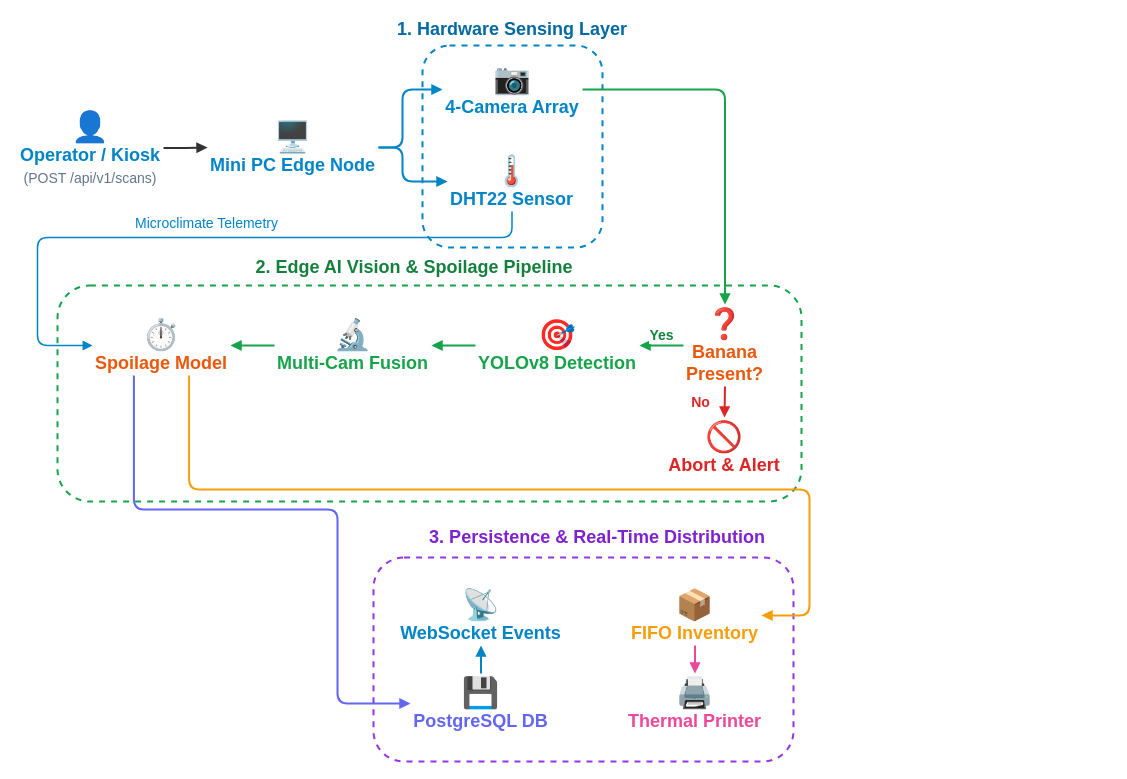
Before: docs/bananavision-docs/docs/workflows/workflow_iot.drawio in BlackShark404/BananaVision, a draw.io diagram. Source tidied: cells renumbered, new cells numbered last; positions are measured from the earlier drawing's top-left corner, leaving out a move shared by most shapes. Both pictures are drawn from the tidied source at 100%, with x=0, y=0 at pixel (17, 17).
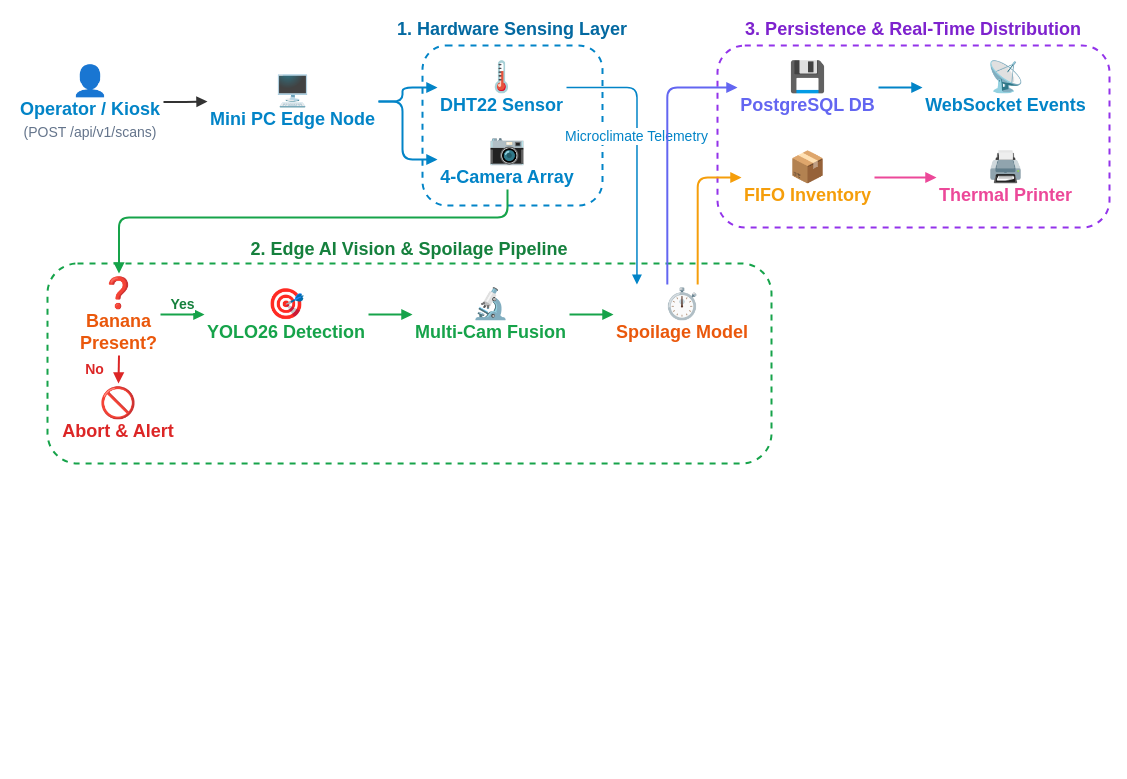
The same diagram, later.

Commit message (it also covers changes not shown here):
refactor: update IoT workflow diagram layout and node details

The edit, as a diff of the source:
```diff
@@
     <mxCell id="2" value="&lt;font style=&quot;font-size: 30px;&quot;&gt;👤&lt;/font&gt;&lt;br&gt;&lt;b&gt;Operator / Kiosk&lt;/b&gt;&lt;br&gt;&lt;font color=&quot;#64748b&quot; style=&quot;font-size: 14px;&quot;&gt;(POST /api/v1/scans)&lt;/font&gt;" style="text;html=1;align=center;verticalAlign=middle;whiteSpace=wrap;rounded=0;fontSize=18;fontColor=#0284c7;" parent="1" vertex="1">
-      <mxGeometry y="92" width="146" height="77" as="geometry" />
+      <mxGeometry y="46" width="146" height="77" as="geometry" />
     </mxCell>
     <mxCell id="3" value="&lt;font style=&quot;font-size: 30px;&quot;&gt;🖥️&lt;/font&gt;&lt;br&gt;&lt;b&gt;Mini PC Edge Node&lt;/b&gt;" style="text;html=1;align=center;verticalAlign=middle;whiteSpace=wrap;rounded=0;fontSize=18;fontColor=#0284c7;" parent="1" vertex="1">
-      <mxGeometry x="190" y="100" width="171" height="60" as="geometry" />
+      <mxGeometry x="190" y="54" width="171" height="60" as="geometry" />
     </mxCell>
     <mxCell id="4" style="rounded=1;whiteSpace=wrap;html=1;fillColor=none;strokeColor=#0284c7;strokeWidth=2;dashed=1;" parent="1" vertex="1">
-      <mxGeometry x="405" y="28" width="180" height="202" as="geometry" />
+      <mxGeometry x="405" y="28" width="180" height="160" as="geometry" />
     </mxCell>
     <mxCell id="5" value="&lt;b&gt;1. Hardware Sensing Layer&lt;/b&gt;" style="text;html=1;align=center;verticalAlign=middle;whiteSpace=wrap;rounded=0;fontSize=18;fontColor=#0369a1;" parent="1" vertex="1">
-      <mxGeometry x="335" width="320" height="24" as="geometry" />
+      <mxGeometry x="375" width="240" height="24" as="geometry" />
     </mxCell>
     <mxCell id="6" value="&lt;font style=&quot;font-size: 30px;&quot;&gt;📷&lt;/font&gt;&lt;br&gt;&lt;b&gt;4-Camera Array&lt;/b&gt;" style="text;html=1;align=center;verticalAlign=middle;whiteSpace=wrap;rounded=0;fontSize=18;fontColor=#0284c7;" parent="1" vertex="1">
-      <mxGeometry x="425" y="42" width="140" height="60" as="geometry" />
+      <mxGeometry x="420" y="112" width="140" height="60" as="geometry" />
     </mxCell>
     <mxCell id="7" value="&lt;font style=&quot;font-size: 30px;&quot;&gt;🌡️&lt;/font&gt;&lt;br&gt;&lt;b&gt;DHT22 Sensor&lt;/b&gt;" style="text;html=1;align=center;verticalAlign=middle;whiteSpace=wrap;rounded=0;fontSize=18;fontColor=#0284c7;" parent="1" vertex="1">
-      <mxGeometry x="430" y="134" width="129" height="60" as="geometry" />
+      <mxGeometry x="420" y="40" width="129" height="60" as="geometry" />
     </mxCell>
     <mxCell id="8" style="rounded=1;whiteSpace=wrap;html=1;fillColor=none;strokeColor=#16a34a;strokeWidth=2;dashed=1;" parent="1" vertex="1">
-      <mxGeometry x="40" y="268" width="744" height="216" as="geometry" />
+      <mxGeometry x="30" y="246" width="724" height="200" as="geometry" />
     </mxCell>
     <mxCell id="9" value="&lt;b&gt;2. Edge AI Vision &amp;amp; Spoilage Pipeline&lt;/b&gt;" style="text;html=1;align=center;verticalAlign=middle;whiteSpace=wrap;rounded=0;fontSize=18;fontColor=#15803d;" parent="1" vertex="1">
-      <mxGeometry x="227" y="238" width="340" height="24" as="geometry" />
+      <mxGeometry x="222" y="220" width="340" height="24" as="geometry" />
     </mxCell>
     <mxCell id="10" value="&lt;font style=&quot;font-size: 30px;&quot;&gt;❓&lt;/font&gt;&lt;br&gt;&lt;b&gt;Banana&lt;br&gt;Present?&lt;/b&gt;" style="text;html=1;align=center;verticalAlign=middle;whiteSpace=wrap;rounded=0;fontSize=18;fontColor=#ea580c;" parent="1" vertex="1">
-      <mxGeometry x="666" y="287" width="83" height="82" as="geometry" />
+      <mxGeometry x="60" y="256" width="83" height="82" as="geometry" />
     </mxCell>
     <mxCell id="11" value="&lt;font style=&quot;font-size: 30px;&quot;&gt;🚫&lt;/font&gt;&lt;br&gt;&lt;b&gt;Abort &amp;amp; Alert&lt;/b&gt;" style="text;html=1;align=center;verticalAlign=middle;whiteSpace=wrap;rounded=0;fontSize=18;fontColor=#dc2626;" parent="1" vertex="1">
-      <mxGeometry x="648" y="400" width="118" height="60" as="geometry" />
+      <mxGeometry x="42" y="366" width="118" height="60" as="geometry" />
     </mxCell>
-    <mxCell id="12" value="&lt;font style=&quot;font-size: 30px;&quot;&gt;🎯&lt;/font&gt;&lt;br&gt;&lt;b&gt;YOLOv8 Detection&lt;/b&gt;" style="text;html=1;align=center;verticalAlign=middle;whiteSpace=wrap;rounded=0;fontSize=18;fontColor=#16a34a;" parent="1" vertex="1">
-      <mxGeometry x="458" y="298" width="164" height="60" as="geometry" />
+    <mxCell id="12" value="&lt;font style=&quot;font-size: 30px;&quot;&gt;🎯&lt;/font&gt;&lt;br&gt;&lt;b&gt;YOLO26 Detection&lt;/b&gt;" style="text;html=1;align=center;verticalAlign=middle;whiteSpace=wrap;rounded=0;fontSize=18;fontColor=#16a34a;" parent="1" vertex="1">
+      <mxGeometry x="187" y="267" width="164" height="60" as="geometry" />
     </mxCell>
     <mxCell id="13" value="&lt;font style=&quot;font-size: 30px;&quot;&gt;🔬&lt;/font&gt;&lt;br&gt;&lt;b&gt;Multi-Cam Fusion&lt;/b&gt;" style="text;html=1;align=center;verticalAlign=middle;whiteSpace=wrap;rounded=0;fontSize=18;fontColor=#16a34a;" parent="1" vertex="1">
-      <mxGeometry x="257" y="298" width="157" height="60" as="geometry" />
+      <mxGeometry x="395" y="267" width="157" height="60" as="geometry" />
     </mxCell>
     <mxCell id="14" value="&lt;font style=&quot;font-size: 30px;&quot;&gt;⏱️&lt;/font&gt;&lt;br&gt;&lt;b&gt;Spoilage Model&lt;/b&gt;" style="text;html=1;align=center;verticalAlign=middle;whiteSpace=wrap;rounded=0;fontSize=18;fontColor=#ea580c;" parent="1" vertex="1">
-      <mxGeometry x="75" y="298" width="138" height="60" as="geometry" />
+      <mxGeometry x="596" y="267" width="138" height="60" as="geometry" />
     </mxCell>
     <mxCell id="15" style="rounded=1;whiteSpace=wrap;html=1;fillColor=none;strokeColor=#9333ea;strokeWidth=2;dashed=1;" parent="1" vertex="1">
-      <mxGeometry x="356" y="540" width="420" height="204" as="geometry" />
+      <mxGeometry x="700" y="28" width="392" height="182" as="geometry" />
     </mxCell>
     <mxCell id="16" value="&lt;b&gt;3. Persistence &amp;amp; Real-Time Distribution&lt;/b&gt;" style="text;html=1;align=center;verticalAlign=middle;whiteSpace=wrap;rounded=0;fontSize=18;fontColor=#7e22ce;" parent="1" vertex="1">
-      <mxGeometry x="390" y="508" width="380" height="24" as="geometry" />
+      <mxGeometry x="700" width="392" height="24" as="geometry" />
     </mxCell>
     <mxCell id="17" value="&lt;font style=&quot;font-size: 30px;&quot;&gt;💾&lt;/font&gt;&lt;br&gt;&lt;b&gt;PostgreSQL DB&lt;/b&gt;" style="text;html=1;align=center;verticalAlign=middle;whiteSpace=wrap;rounded=0;fontSize=18;fontColor=#6366f1;" parent="1" vertex="1">
-      <mxGeometry x="393" y="656" width="141" height="60" as="geometry" />
+      <mxGeometry x="720" y="40" width="141" height="60" as="geometry" />
     </mxCell>
     <mxCell id="18" value="&lt;font style=&quot;font-size: 30px;&quot;&gt;📡&lt;/font&gt;&lt;br&gt;&lt;b&gt;WebSocket Events&lt;/b&gt;" style="text;html=1;align=center;verticalAlign=middle;whiteSpace=wrap;rounded=0;fontSize=18;fontColor=#0284c7;" parent="1" vertex="1">
-      <mxGeometry x="380" y="568" width="167" height="60" as="geometry" />
+      <mxGeometry x="905" y="40" width="167" height="60" as="geometry" />
     </mxCell>
     <mxCell id="19" value="&lt;font style=&quot;font-size: 30px;&quot;&gt;📦&lt;/font&gt;&lt;br&gt;&lt;b&gt;FIFO Inventory&lt;/b&gt;" style="text;html=1;align=center;verticalAlign=middle;whiteSpace=wrap;rounded=0;fontSize=18;fontColor=#f59e0b;" parent="1" vertex="1">
-      <mxGeometry x="611" y="568" width="133" height="60" as="geometry" />
+      <mxGeometry x="724" y="130" width="133" height="60" as="geometry" />
     </mxCell>
     <mxCell id="20" value="&lt;font style=&quot;font-size: 30px;&quot;&gt;🖨️&lt;/font&gt;&lt;br&gt;&lt;b&gt;Thermal Printer&lt;/b&gt;" style="text;html=1;align=center;verticalAlign=middle;whiteSpace=wrap;rounded=0;fontSize=18;fontColor=#ec4899;" parent="1" vertex="1">
-      <mxGeometry x="608" y="656" width="139" height="60" as="geometry" />
+      <mxGeometry x="919" y="130" width="139" height="60" as="geometry" />
     </mxCell>
@@
     <mxCell id="22" style="edgeStyle=orthogonalEdgeStyle;rounded=1;jettySize=auto;html=1;strokeWidth=2;strokeColor=#0284c7;endArrow=block;endFill=1;exitX=1;exitY=0.5;entryX=0;entryY=0.5;" parent="1" edge="1" source="3" target="6">
       <mxGeometry relative="1" as="geometry">
         <Array as="points">
-          <mxPoint x="385" y="130" />
-          <mxPoint x="385" y="72" />
+          <mxPoint x="385" y="84" />
+          <mxPoint x="385" y="142" />
         </Array>
       </mxGeometry>
     </mxCell>
     <mxCell id="23" style="edgeStyle=orthogonalEdgeStyle;rounded=1;jettySize=auto;html=1;strokeWidth=2;strokeColor=#0284c7;endArrow=block;endFill=1;exitX=1;exitY=0.5;entryX=0;entryY=0.5;" parent="1" edge="1" source="3" target="7">
       <mxGeometry relative="1" as="geometry">
         <Array as="points">
-          <mxPoint x="385" y="130" />
-          <mxPoint x="385" y="164" />
+          <mxPoint x="385" y="84" />
+          <mxPoint x="385" y="70" />
         </Array>
       </mxGeometry>
     </mxCell>
-    <mxCell id="24" style="edgeStyle=orthogonalEdgeStyle;rounded=1;jettySize=auto;html=1;strokeWidth=2;strokeColor=#16a34a;endArrow=block;endFill=1;exitX=1;exitY=0.5;entryX=0.5;entryY=0;" parent="1" edge="1" source="6" target="10">
+    <mxCell id="24" style="edgeStyle=orthogonalEdgeStyle;rounded=1;jettySize=auto;html=1;strokeWidth=2;strokeColor=#16a34a;endArrow=block;endFill=1;exitX=0.5;exitY=1;entryX=0.5;entryY=0;" parent="1" edge="1" source="6" target="10">
       <mxGeometry relative="1" as="geometry">
         <Array as="points">
-          <mxPoint x="707.5" y="72" />
+          <mxPoint x="490" y="200" />
+          <mxPoint x="101.5" y="200" />
         </Array>
       </mxGeometry>
     </mxCell>
-    <mxCell id="25" value="Yes" style="edgeStyle=orthogonalEdgeStyle;rounded=0;jettySize=auto;html=1;strokeWidth=2;strokeColor=#16a34a;endArrow=block;endFill=1;fontSize=14;fontColor=#15803d;fontStyle=1;exitX=0;exitY=0.5;entryX=1;entryY=0.5;" parent="1" edge="1" source="10" target="12">
+    <mxCell id="25" value="Yes" style="edgeStyle=orthogonalEdgeStyle;rounded=0;jettySize=auto;html=1;strokeWidth=2;strokeColor=#16a34a;endArrow=block;endFill=1;fontSize=14;fontColor=#15803d;fontStyle=1;exitX=1;exitY=0.5;entryX=0;entryY=0.5;" parent="1" edge="1" source="10" target="12">
       <mxGeometry relative="1" as="geometry">
         <mxPoint y="-10" as="offset" />
       </mxGeometry>
     </mxCell>
@@
-    <mxCell id="27" style="edgeStyle=orthogonalEdgeStyle;rounded=0;jettySize=auto;html=1;strokeWidth=2;strokeColor=#16a34a;endArrow=block;endFill=1;exitX=0;exitY=0.5;entryX=1;entryY=0.5;" parent="1" edge="1" source="12" target="13">
+    <mxCell id="27" style="edgeStyle=orthogonalEdgeStyle;rounded=0;jettySize=auto;html=1;strokeWidth=2;strokeColor=#16a34a;endArrow=block;endFill=1;exitX=1;exitY=0.5;entryX=0;entryY=0.5;" parent="1" edge="1" source="12" target="13">
       <mxGeometry relative="1" as="geometry" />
     </mxCell>
-    <mxCell id="28" style="edgeStyle=orthogonalEdgeStyle;rounded=0;jettySize=auto;html=1;strokeWidth=2;strokeColor=#16a34a;endArrow=block;endFill=1;exitX=0;exitY=0.5;entryX=1;entryY=0.5;" parent="1" edge="1" source="13" target="14">
+    <mxCell id="28" style="edgeStyle=orthogonalEdgeStyle;rounded=0;jettySize=auto;html=1;strokeWidth=2;strokeColor=#16a34a;endArrow=block;endFill=1;exitX=1;exitY=0.5;entryX=0;entryY=0.5;" parent="1" edge="1" source="13" target="14">
       <mxGeometry relative="1" as="geometry" />
     </mxCell>
-    <mxCell id="29" value="Microclimate Telemetry" style="edgeStyle=orthogonalEdgeStyle;rounded=1;jettySize=auto;html=1;strokeWidth=1.5;strokeColor=#0284c7;strokeDasharray=4 4;endArrow=block;endFill=1;fontSize=14;fontColor=#0284c7;exitX=0.5;exitY=1;entryX=0;entryY=0.5;" parent="1" edge="1" source="7" target="14">
+    <mxCell id="29" value="Microclimate Telemetry" style="edgeStyle=orthogonalEdgeStyle;rounded=1;jettySize=auto;html=1;strokeWidth=1.5;strokeColor=#0284c7;strokeDasharray=4 4;endArrow=block;endFill=1;fontSize=14;fontColor=#0284c7;labelBackgroundColor=#ffffff;exitX=1;exitY=0.5;entryX=0.17;entryY=0;" parent="1" edge="1" source="7" target="14">
       <mxGeometry relative="1" as="geometry">
         <Array as="points">
-          <mxPoint x="494.5" y="220" />
-          <mxPoint x="20" y="220" />
-          <mxPoint x="20" y="328" />
+          <mxPoint x="620" y="70" />
         </Array>
         <mxPoint y="-14" as="offset" />
       </mxGeometry>
     </mxCell>
-    <mxCell id="30" style="edgeStyle=orthogonalEdgeStyle;rounded=1;jettySize=auto;html=1;strokeWidth=2;strokeColor=#6366f1;endArrow=block;endFill=1;exitX=0.3;exitY=1;entryX=0;entryY=0.5;" parent="1" edge="1" source="14" target="17">
+    <mxCell id="30" style="edgeStyle=orthogonalEdgeStyle;rounded=1;jettySize=auto;html=1;strokeWidth=2;strokeColor=#6366f1;endArrow=block;endFill=1;exitX=0.39;exitY=0;entryX=0;entryY=0.5;" parent="1" edge="1" source="14" target="17">
       <mxGeometry relative="1" as="geometry">
         <Array as="points">
-          <mxPoint x="116" y="492" />
-          <mxPoint x="320" y="492" />
-          <mxPoint x="320" y="686" />
+          <mxPoint x="650" y="70" />
         </Array>
       </mxGeometry>
     </mxCell>
-    <mxCell id="31" style="edgeStyle=orthogonalEdgeStyle;rounded=1;jettySize=auto;html=1;strokeWidth=2;strokeColor=#f59e0b;endArrow=block;endFill=1;exitX=0.7;exitY=1;entryX=1;entryY=0.5;" parent="1" edge="1" source="14" target="19">
+    <mxCell id="31" style="edgeStyle=orthogonalEdgeStyle;rounded=1;jettySize=auto;html=1;strokeWidth=2;strokeColor=#f59e0b;endArrow=block;endFill=1;exitX=0.61;exitY=0;entryX=0;entryY=0.5;" parent="1" edge="1" source="14" target="19">
       <mxGeometry relative="1" as="geometry">
         <Array as="points">
-          <mxPoint x="172" y="472" />
-          <mxPoint x="792" y="472" />
-          <mxPoint x="792" y="598" />
+          <mxPoint x="680" y="160" />
         </Array>
       </mxGeometry>
     </mxCell>
-    <mxCell id="32" style="edgeStyle=orthogonalEdgeStyle;rounded=0;jettySize=auto;html=1;strokeWidth=2;strokeColor=#0284c7;endArrow=block;endFill=1;exitX=0.5;exitY=0;entryX=0.5;entryY=1;" parent="1" edge="1" source="17" target="18">
+    <mxCell id="32" style="edgeStyle=orthogonalEdgeStyle;rounded=0;jettySize=auto;html=1;strokeWidth=2;strokeColor=#0284c7;endArrow=block;endFill=1;exitX=1;exitY=0.5;entryX=0;entryY=0.5;" parent="1" edge="1" source="17" target="18">
       <mxGeometry relative="1" as="geometry" />
     </mxCell>
-    <mxCell id="33" style="edgeStyle=orthogonalEdgeStyle;rounded=0;jettySize=auto;html=1;strokeWidth=2;strokeColor=#ec4899;endArrow=block;endFill=1;exitX=0.5;exitY=1;entryX=0.5;entryY=0;" parent="1" edge="1" source="19" target="20">
+    <mxCell id="33" style="edgeStyle=orthogonalEdgeStyle;rounded=0;jettySize=auto;html=1;strokeWidth=2;strokeColor=#ec4899;endArrow=block;endFill=1;exitX=1;exitY=0.5;entryX=0;entryY=0.5;" parent="1" edge="1" source="19" target="20">
       <mxGeometry relative="1" as="geometry" />
     </mxCell>
```
